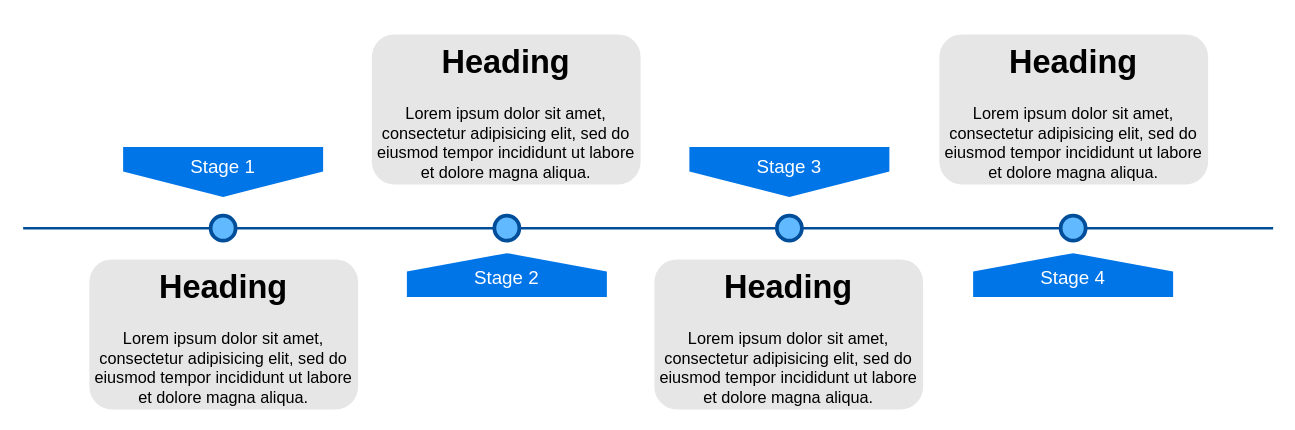
Before: Untitled Diagram.drawio in Mostafa-Armandi/Diagrams, a draw.io diagram. Source tidied: cells renumbered, new cells numbered last; positions are measured from the earlier drawing's top-left corner, leaving out a move shared by most shapes. Both pictures are drawn from the tidied source at 125%, with x=0, y=0 at pixel (22, 34).
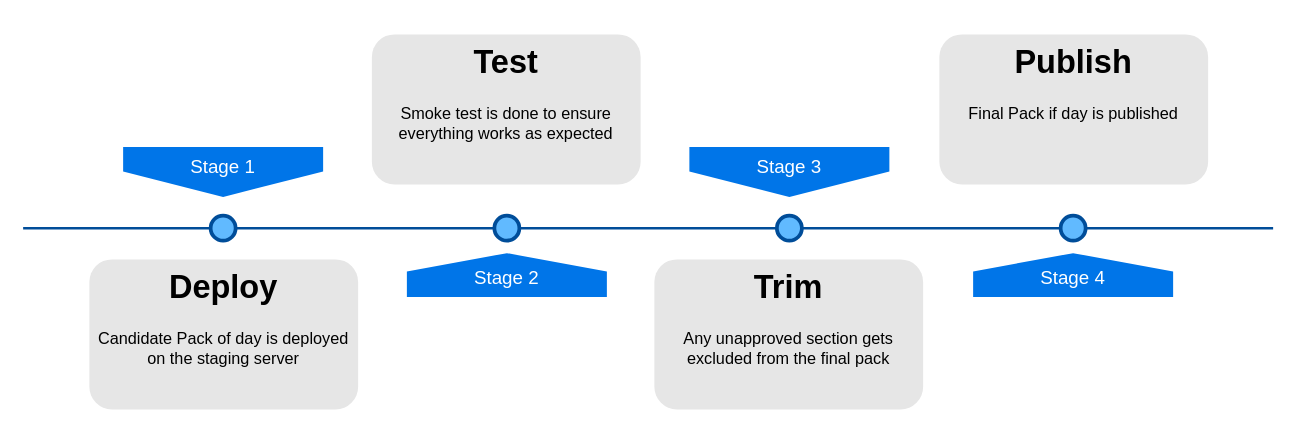
The same page after the edit.

The edit, as a diff of the source:
```diff
@@
 <mxGraphModel background="#ffffff">
   <root>
     <mxCell id="0" />
     <mxCell id="1" parent="0" />
     <mxCell id="2" style="line;strokeWidth=2;html=1;fillColor=none;fontSize=28;fontColor=#004D99;strokeColor=#004D99;" parent="1" vertex="1">
       <mxGeometry y="150" width="1000" height="10" as="geometry" />
     </mxCell>
     <mxCell id="3" value="Stage 1" style="shape=offPageConnector;whiteSpace=wrap;html=1;fillColor=#0075E8;fontSize=15;fontColor=#FFFFFF;size=0.5093750000000015;verticalAlign=top;strokeColor=none;" parent="1" vertex="1">
       <mxGeometry x="80" y="90" width="160" height="40" as="geometry" />
     </mxCell>
     <mxCell id="4" value="&lt;span&gt;Stage 3&lt;/span&gt;" style="shape=offPageConnector;whiteSpace=wrap;html=1;fillColor=#0075E8;fontSize=15;fontColor=#FFFFFF;size=0.5093750000000015;verticalAlign=top;strokeColor=none;" parent="1" vertex="1">
       <mxGeometry x="533" y="90" width="160" height="40" as="geometry" />
     </mxCell>
     <mxCell id="5" value="&lt;span&gt;Stage 2&lt;/span&gt;" style="shape=offPageConnector;whiteSpace=wrap;html=1;fillColor=#0075E8;fontSize=15;fontColor=#FFFFFF;size=0.4178571428571445;flipV=1;verticalAlign=bottom;strokeColor=none;spacingBottom=4;" parent="1" vertex="1">
       <mxGeometry x="307" y="175" width="160" height="35" as="geometry" />
     </mxCell>
     <mxCell id="6" value="&lt;span&gt;Stage 4&lt;/span&gt;" style="shape=offPageConnector;whiteSpace=wrap;html=1;fillColor=#0075E8;fontSize=15;fontColor=#FFFFFF;size=0.4178571428571445;flipV=1;verticalAlign=bottom;strokeColor=none;spacingBottom=4;" parent="1" vertex="1">
       <mxGeometry x="760" y="175" width="160" height="35" as="geometry" />
     </mxCell>
     <mxCell id="7" style="ellipse;whiteSpace=wrap;html=1;fillColor=#61BAFF;fontSize=28;fontColor=#004D99;strokeWidth=3;strokeColor=#004D99;" parent="1" vertex="1">
       <mxGeometry x="150" y="145" width="20" height="20" as="geometry" />
     </mxCell>
     <mxCell id="8" style="ellipse;whiteSpace=wrap;html=1;fillColor=#61BAFF;fontSize=28;fontColor=#004D99;strokeWidth=3;strokeColor=#004D99;" parent="1" vertex="1">
       <mxGeometry x="377" y="145" width="20" height="20" as="geometry" />
     </mxCell>
     <mxCell id="9" style="ellipse;whiteSpace=wrap;html=1;fillColor=#61BAFF;fontSize=28;fontColor=#004D99;strokeWidth=3;strokeColor=#004D99;" parent="1" vertex="1">
       <mxGeometry x="603" y="145" width="20" height="20" as="geometry" />
     </mxCell>
     <mxCell id="10" style="ellipse;whiteSpace=wrap;html=1;fillColor=#61BAFF;fontSize=28;fontColor=#004D99;strokeWidth=3;strokeColor=#004D99;" parent="1" vertex="1">
       <mxGeometry x="830" y="145" width="20" height="20" as="geometry" />
     </mxCell>
-    <mxCell id="11" value="&lt;h1&gt;Heading&lt;/h1&gt;&lt;p&gt;Lorem ipsum dolor sit amet, consectetur adipisicing elit, sed do eiusmod tempor incididunt ut labore et dolore magna aliqua.&lt;/p&gt;" style="text;html=1;spacing=5;spacingTop=-20;whiteSpace=wrap;overflow=hidden;strokeColor=none;strokeWidth=3;fillColor=#E6E6E6;fontSize=13;fontColor=#000000;align=center;rounded=1;" parent="1" vertex="1">
+    <mxCell id="11" value="&lt;h1&gt;Deploy&lt;/h1&gt;&lt;div&gt;Candidate Pack of day is deployed on the staging server&lt;/div&gt;&lt;p&gt;&lt;br&gt;&lt;/p&gt;" style="text;html=1;spacing=5;spacingTop=-20;whiteSpace=wrap;overflow=hidden;strokeColor=none;strokeWidth=3;fillColor=#E6E6E6;fontSize=13;fontColor=#000000;align=center;rounded=1;" parent="1" vertex="1">
       <mxGeometry x="53" y="180" width="215" height="120" as="geometry" />
     </mxCell>
-    <mxCell id="12" value="&lt;h1&gt;Heading&lt;/h1&gt;&lt;p&gt;Lorem ipsum dolor sit amet, consectetur adipisicing elit, sed do eiusmod tempor incididunt ut labore et dolore magna aliqua.&lt;/p&gt;" style="text;html=1;spacing=5;spacingTop=-20;whiteSpace=wrap;overflow=hidden;strokeColor=none;strokeWidth=3;fillColor=#E6E6E6;fontSize=13;fontColor=#000000;align=center;rounded=1;" parent="1" vertex="1">
+    <mxCell id="12" value="&lt;h1&gt;Test&lt;/h1&gt;&lt;p&gt;Smoke test is done to ensure everything works as expected&lt;/p&gt;" style="text;html=1;spacing=5;spacingTop=-20;whiteSpace=wrap;overflow=hidden;strokeColor=none;strokeWidth=3;fillColor=#E6E6E6;fontSize=13;fontColor=#000000;align=center;rounded=1;" parent="1" vertex="1">
       <mxGeometry x="279" width="215" height="120" as="geometry" />
     </mxCell>
-    <mxCell id="13" value="&lt;h1&gt;Heading&lt;/h1&gt;&lt;p&gt;Lorem ipsum dolor sit amet, consectetur adipisicing elit, sed do eiusmod tempor incididunt ut labore et dolore magna aliqua.&lt;/p&gt;" style="text;html=1;spacing=5;spacingTop=-20;whiteSpace=wrap;overflow=hidden;strokeColor=none;strokeWidth=3;fillColor=#E6E6E6;fontSize=13;fontColor=#000000;align=center;rounded=1;" parent="1" vertex="1">
+    <mxCell id="13" value="&lt;h1&gt;Trim&lt;/h1&gt;&lt;p&gt;Any unapproved section gets excluded from the final pack&lt;/p&gt;&lt;p&gt;&lt;br&gt;&lt;/p&gt;" style="text;html=1;spacing=5;spacingTop=-20;whiteSpace=wrap;overflow=hidden;strokeColor=none;strokeWidth=3;fillColor=#E6E6E6;fontSize=13;fontColor=#000000;align=center;rounded=1;" parent="1" vertex="1">
       <mxGeometry x="505" y="180" width="215" height="120" as="geometry" />
     </mxCell>
-    <mxCell id="14" value="&lt;h1&gt;Heading&lt;/h1&gt;&lt;p&gt;Lorem ipsum dolor sit amet, consectetur adipisicing elit, sed do eiusmod tempor incididunt ut labore et dolore magna aliqua.&lt;/p&gt;" style="text;html=1;spacing=5;spacingTop=-20;whiteSpace=wrap;overflow=hidden;strokeColor=none;strokeWidth=3;fillColor=#E6E6E6;fontSize=13;fontColor=#000000;align=center;rounded=1;" parent="1" vertex="1">
+    <mxCell id="14" value="&lt;h1&gt;Publish&lt;/h1&gt;&lt;p&gt;Final Pack if day is published&lt;/p&gt;" style="text;html=1;spacing=5;spacingTop=-20;whiteSpace=wrap;overflow=hidden;strokeColor=none;strokeWidth=3;fillColor=#E6E6E6;fontSize=13;fontColor=#000000;align=center;rounded=1;" parent="1" vertex="1">
       <mxGeometry x="733" width="215" height="120" as="geometry" />
     </mxCell>
   </root>
 </mxGraphModel>
```
